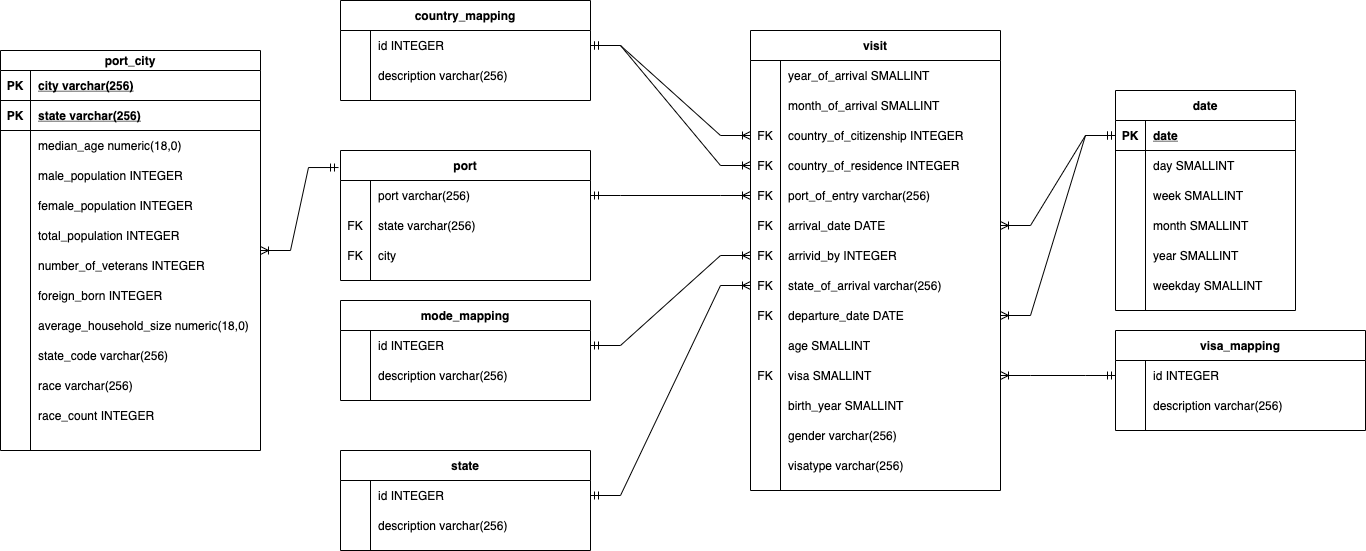
Earlier version of the draw.io export model.png (euweb/CapstoneProject). Source tidied: cells renumbered, new cells last; positions are measured from the earlier drawing's top-left corner, leaving out a move shared by most shapes.
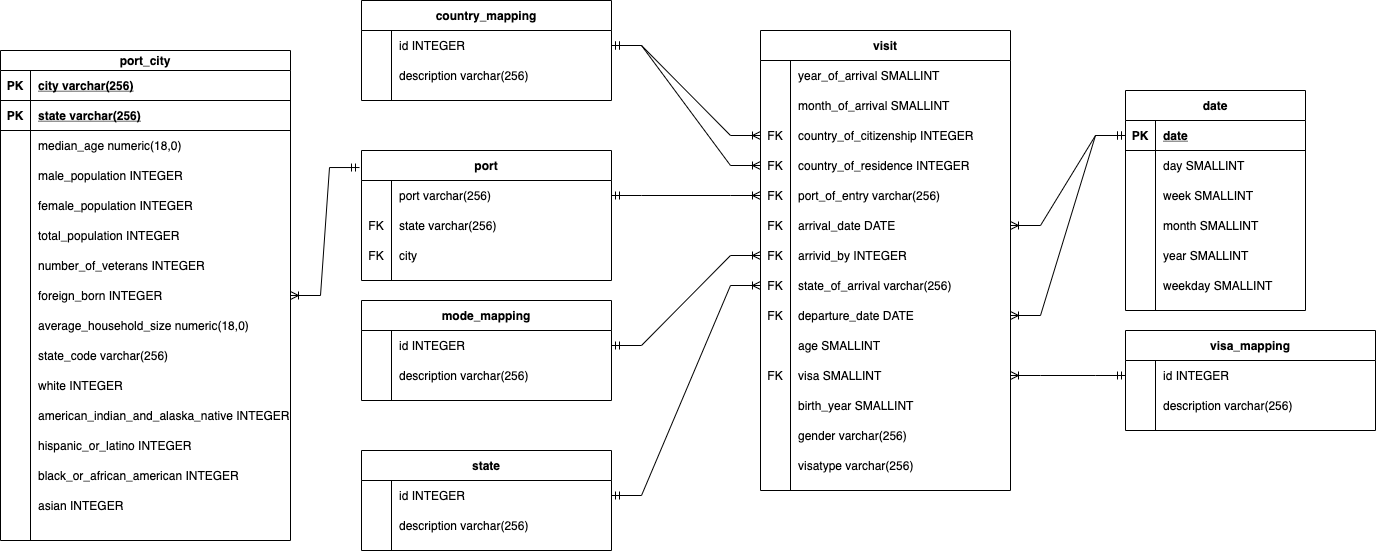
The same diagram one commit later.

Commit message:
aditional demographics columns added

Change to the diagram source:
```diff
@@ -132,7 +132,7 @@
       <mxGeometry x="30" width="220" height="30" as="geometry" />
     </mxCell>
     <mxCell id="45" value="country_mapping" style="shape=table;startSize=30;rowLines=0;fontStyle=1;align=center;" parent="1" vertex="1">
-      <mxGeometry x="340" width="250" height="100" as="geometry" />
+      <mxGeometry x="351" width="250" height="100" as="geometry" />
     </mxCell>
     <mxCell id="46" style="shape=partialRectangle;fillColor=none;points=[[0,0.5],[1,0.5]];portConstraint=eastwest;top=0;left=0;right=0;bottom=0;" parent="45" vertex="1">
       <mxGeometry y="30" width="250" height="30" as="geometry" />
@@ -153,7 +153,7 @@
       <mxGeometry x="30" width="220" height="30" as="geometry" />
     </mxCell>
     <mxCell id="52" value="port" style="shape=table;startSize=30;rowLines=0;fontStyle=1;align=center;" parent="1" vertex="1">
-      <mxGeometry x="340" y="150" width="250" height="130" as="geometry" />
+      <mxGeometry x="351" y="150" width="250" height="130" as="geometry" />
     </mxCell>
     <mxCell id="53" style="shape=partialRectangle;fillColor=none;points=[[0,0.5],[1,0.5]];portConstraint=eastwest;top=0;left=0;right=0;bottom=0;" parent="52" vertex="1">
       <mxGeometry y="30" width="250" height="30" as="geometry" />
@@ -183,7 +183,7 @@
       <mxGeometry x="30" width="220" height="30" as="geometry" />
     </mxCell>
     <mxCell id="62" value="mode_mapping" style="shape=table;startSize=30;rowLines=0;fontStyle=1;align=center;" parent="1" vertex="1">
-      <mxGeometry x="340" y="300" width="250" height="100" as="geometry" />
+      <mxGeometry x="351" y="300" width="250" height="100" as="geometry" />
     </mxCell>
     <mxCell id="63" style="shape=partialRectangle;fillColor=none;points=[[0,0.5],[1,0.5]];portConstraint=eastwest;top=0;left=0;right=0;bottom=0;" parent="62" vertex="1">
       <mxGeometry y="30" width="250" height="30" as="geometry" />
@@ -204,7 +204,7 @@
       <mxGeometry x="30" width="220" height="30" as="geometry" />
     </mxCell>
     <mxCell id="69" value="state" style="shape=table;startSize=30;rowLines=0;fontStyle=1;align=center;" parent="1" vertex="1">
-      <mxGeometry x="340" y="450" width="250" height="100" as="geometry" />
+      <mxGeometry x="351" y="450" width="250" height="100" as="geometry" />
     </mxCell>
     <mxCell id="70" style="shape=partialRectangle;fillColor=none;points=[[0,0.5],[1,0.5]];portConstraint=eastwest;top=0;left=0;right=0;bottom=0;" parent="69" vertex="1">
       <mxGeometry y="30" width="250" height="30" as="geometry" />
@@ -330,116 +330,143 @@
       <mxGeometry relative="1" as="geometry" />
     </mxCell>
     <mxCell id="111" value="port_city" style="shape=table;startSize=20;rowLines=0;fontStyle=1;align=center;" parent="1" vertex="1">
-      <mxGeometry y="50" width="260" height="400" as="geometry" />
+      <mxGeometry x="-10" y="50" width="290" height="490" as="geometry" />
     </mxCell>
     <mxCell id="112" style="shape=partialRectangle;fillColor=none;top=0;left=0;bottom=1;right=0;" parent="111" vertex="1">
-      <mxGeometry y="20" width="260" height="30" as="geometry" />
+      <mxGeometry y="20" width="290" height="30" as="geometry" />
     </mxCell>
     <mxCell id="113" value="PK" style="shape=partialRectangle;fillColor=none;top=0;left=0;bottom=0;right=0;fontStyle=1;overflow=hidden;" parent="112" vertex="1">
       <mxGeometry width="30" height="30" as="geometry" />
     </mxCell>
     <mxCell id="114" value="city varchar(256)" style="shape=partialRectangle;fillColor=none;top=0;left=0;bottom=0;right=0;align=left;spacingLeft=6;fontStyle=5;overflow=hidden;" parent="112" vertex="1">
-      <mxGeometry x="30" width="230" height="30" as="geometry" />
+      <mxGeometry x="30" width="260" height="30" as="geometry" />
     </mxCell>
     <mxCell id="115" style="shape=partialRectangle;fillColor=none;top=0;left=0;bottom=1;right=0;" parent="111" vertex="1">
-      <mxGeometry y="50" width="260" height="30" as="geometry" />
+      <mxGeometry y="50" width="290" height="30" as="geometry" />
     </mxCell>
     <mxCell id="116" value="PK" style="shape=partialRectangle;fillColor=none;top=0;left=0;bottom=0;right=0;fontStyle=1;overflow=hidden;" parent="115" vertex="1">
       <mxGeometry width="30" height="30" as="geometry" />
     </mxCell>
     <mxCell id="117" value="state varchar(256)" style="shape=partialRectangle;fillColor=none;top=0;left=0;bottom=0;right=0;align=left;spacingLeft=6;fontStyle=5;overflow=hidden;" parent="115" vertex="1">
-      <mxGeometry x="30" width="230" height="30" as="geometry" />
+      <mxGeometry x="30" width="260" height="30" as="geometry" />
     </mxCell>
     <mxCell id="118" style="shape=partialRectangle;fillColor=none;top=0;left=0;bottom=0;right=0;" parent="111" vertex="1">
-      <mxGeometry y="80" width="260" height="30" as="geometry" />
+      <mxGeometry y="80" width="290" height="30" as="geometry" />
     </mxCell>
     <mxCell id="119" style="shape=partialRectangle;fillColor=none;top=0;left=0;bottom=0;right=0;overflow=hidden;" parent="118" vertex="1">
       <mxGeometry width="30" height="30" as="geometry" />
     </mxCell>
     <mxCell id="120" value="median_age numeric(18,0)" style="shape=partialRectangle;fillColor=none;top=0;left=0;bottom=0;right=0;align=left;spacingLeft=6;overflow=hidden;" parent="118" vertex="1">
-      <mxGeometry x="30" width="230" height="30" as="geometry" />
+      <mxGeometry x="30" width="260" height="30" as="geometry" />
     </mxCell>
     <mxCell id="121" style="shape=partialRectangle;fillColor=none;top=0;left=0;bottom=0;right=0;" parent="111" vertex="1">
-      <mxGeometry y="110" width="260" height="30" as="geometry" />
+      <mxGeometry y="110" width="290" height="30" as="geometry" />
     </mxCell>
     <mxCell id="122" style="shape=partialRectangle;fillColor=none;top=0;left=0;bottom=0;right=0;overflow=hidden;" parent="121" vertex="1">
       <mxGeometry width="30" height="30" as="geometry" />
     </mxCell>
     <mxCell id="123" value="male_population INTEGER" style="shape=partialRectangle;fillColor=none;top=0;left=0;bottom=0;right=0;align=left;spacingLeft=6;overflow=hidden;" parent="121" vertex="1">
-      <mxGeometry x="30" width="230" height="30" as="geometry" />
+      <mxGeometry x="30" width="260" height="30" as="geometry" />
     </mxCell>
     <mxCell id="124" style="shape=partialRectangle;fillColor=none;top=0;left=0;bottom=0;right=0;" parent="111" vertex="1">
-      <mxGeometry y="140" width="260" height="30" as="geometry" />
+      <mxGeometry y="140" width="290" height="30" as="geometry" />
     </mxCell>
     <mxCell id="125" style="shape=partialRectangle;fillColor=none;top=0;left=0;bottom=0;right=0;overflow=hidden;" parent="124" vertex="1">
       <mxGeometry width="30" height="30" as="geometry" />
     </mxCell>
     <mxCell id="126" value="female_population INTEGER" style="shape=partialRectangle;fillColor=none;top=0;left=0;bottom=0;right=0;align=left;spacingLeft=6;overflow=hidden;" parent="124" vertex="1">
-      <mxGeometry x="30" width="230" height="30" as="geometry" />
+      <mxGeometry x="30" width="260" height="30" as="geometry" />
     </mxCell>
     <mxCell id="127" style="shape=partialRectangle;fillColor=none;top=0;left=0;bottom=0;right=0;" parent="111" vertex="1">
-      <mxGeometry y="170" width="260" height="30" as="geometry" />
+      <mxGeometry y="170" width="290" height="30" as="geometry" />
     </mxCell>
     <mxCell id="128" style="shape=partialRectangle;fillColor=none;top=0;left=0;bottom=0;right=0;overflow=hidden;" parent="127" vertex="1">
       <mxGeometry width="30" height="30" as="geometry" />
     </mxCell>
     <mxCell id="129" value="total_population INTEGER" style="shape=partialRectangle;fillColor=none;top=0;left=0;bottom=0;right=0;align=left;spacingLeft=6;overflow=hidden;" parent="127" vertex="1">
-      <mxGeometry x="30" width="230" height="30" as="geometry" />
+      <mxGeometry x="30" width="260" height="30" as="geometry" />
     </mxCell>
     <mxCell id="130" style="shape=partialRectangle;fillColor=none;top=0;left=0;bottom=0;right=0;" parent="111" vertex="1">
-      <mxGeometry y="200" width="260" height="30" as="geometry" />
+      <mxGeometry y="200" width="290" height="30" as="geometry" />
     </mxCell>
     <mxCell id="131" style="shape=partialRectangle;fillColor=none;top=0;left=0;bottom=0;right=0;overflow=hidden;" parent="130" vertex="1">
       <mxGeometry width="30" height="30" as="geometry" />
     </mxCell>
     <mxCell id="132" value="number_of_veterans INTEGER" style="shape=partialRectangle;fillColor=none;top=0;left=0;bottom=0;right=0;align=left;spacingLeft=6;overflow=hidden;" parent="130" vertex="1">
-      <mxGeometry x="30" width="230" height="30" as="geometry" />
+      <mxGeometry x="30" width="260" height="30" as="geometry" />
     </mxCell>
     <mxCell id="133" style="shape=partialRectangle;fillColor=none;top=0;left=0;bottom=0;right=0;" parent="111" vertex="1">
-      <mxGeometry y="230" width="260" height="30" as="geometry" />
+      <mxGeometry y="230" width="290" height="30" as="geometry" />
     </mxCell>
     <mxCell id="134" style="shape=partialRectangle;fillColor=none;top=0;left=0;bottom=0;right=0;overflow=hidden;" parent="133" vertex="1">
       <mxGeometry width="30" height="30" as="geometry" />
     </mxCell>
     <mxCell id="135" value="foreign_born INTEGER" style="shape=partialRectangle;fillColor=none;top=0;left=0;bottom=0;right=0;align=left;spacingLeft=6;overflow=hidden;" parent="133" vertex="1">
-      <mxGeometry x="30" width="230" height="30" as="geometry" />
+      <mxGeometry x="30" width="260" height="30" as="geometry" />
     </mxCell>
     <mxCell id="136" style="shape=partialRectangle;fillColor=none;top=0;left=0;bottom=0;right=0;" parent="111" vertex="1">
-      <mxGeometry y="260" width="260" height="30" as="geometry" />
+      <mxGeometry y="260" width="290" height="30" as="geometry" />
     </mxCell>
     <mxCell id="137" style="shape=partialRectangle;fillColor=none;top=0;left=0;bottom=0;right=0;overflow=hidden;" parent="136" vertex="1">
       <mxGeometry width="30" height="30" as="geometry" />
     </mxCell>
     <mxCell id="138" value="average_household_size numeric(18,0)" style="shape=partialRectangle;fillColor=none;top=0;left=0;bottom=0;right=0;align=left;spacingLeft=6;overflow=hidden;" parent="136" vertex="1">
-      <mxGeometry x="30" width="230" height="30" as="geometry" />
+      <mxGeometry x="30" width="260" height="30" as="geometry" />
     </mxCell>
     <mxCell id="139" style="shape=partialRectangle;fillColor=none;top=0;left=0;bottom=0;right=0;" parent="111" vertex="1">
-      <mxGeometry y="290" width="260" height="30" as="geometry" />
+      <mxGeometry y="290" width="290" height="30" as="geometry" />
     </mxCell>
     <mxCell id="140" style="shape=partialRectangle;fillColor=none;top=0;left=0;bottom=0;right=0;overflow=hidden;" parent="139" vertex="1">
       <mxGeometry width="30" height="30" as="geometry" />
     </mxCell>
     <mxCell id="141" value="state_code varchar(256)" style="shape=partialRectangle;fillColor=none;top=0;left=0;bottom=0;right=0;align=left;spacingLeft=6;overflow=hidden;" parent="139" vertex="1">
-      <mxGeometry x="30" width="230" height="30" as="geometry" />
+      <mxGeometry x="30" width="260" height="30" as="geometry" />
     </mxCell>
     <mxCell id="142" style="shape=partialRectangle;fillColor=none;top=0;left=0;bottom=0;right=0;" parent="111" vertex="1">
-      <mxGeometry y="320" width="260" height="30" as="geometry" />
+      <mxGeometry y="320" width="290" height="30" as="geometry" />
     </mxCell>
     <mxCell id="143" style="shape=partialRectangle;fillColor=none;top=0;left=0;bottom=0;right=0;overflow=hidden;" parent="142" vertex="1">
       <mxGeometry width="30" height="30" as="geometry" />
     </mxCell>
-    <mxCell id="144" value="race varchar(256)" style="shape=partialRectangle;fillColor=none;top=0;left=0;bottom=0;right=0;align=left;spacingLeft=6;overflow=hidden;" parent="142" vertex="1">
-      <mxGeometry x="30" width="230" height="30" as="geometry" />
+    <mxCell id="144" value="white INTEGER" style="shape=partialRectangle;fillColor=none;top=0;left=0;bottom=0;right=0;align=left;spacingLeft=6;overflow=hidden;" parent="142" vertex="1">
+      <mxGeometry x="30" width="260" height="30" as="geometry" />
     </mxCell>
     <mxCell id="145" style="shape=partialRectangle;fillColor=none;top=0;left=0;bottom=0;right=0;" parent="111" vertex="1">
-      <mxGeometry y="350" width="260" height="30" as="geometry" />
+      <mxGeometry y="350" width="290" height="30" as="geometry" />
     </mxCell>
     <mxCell id="146" style="shape=partialRectangle;fillColor=none;top=0;left=0;bottom=0;right=0;overflow=hidden;" parent="145" vertex="1">
       <mxGeometry width="30" height="30" as="geometry" />
     </mxCell>
-    <mxCell id="147" value="race_count INTEGER" style="shape=partialRectangle;fillColor=none;top=0;left=0;bottom=0;right=0;align=left;spacingLeft=6;overflow=hidden;" parent="145" vertex="1">
-      <mxGeometry x="30" width="230" height="30" as="geometry" />
+    <mxCell id="147" value="american_indian_and_alaska_native INTEGER" style="shape=partialRectangle;fillColor=none;top=0;left=0;bottom=0;right=0;align=left;spacingLeft=6;overflow=hidden;" parent="145" vertex="1">
+      <mxGeometry x="30" width="260" height="30" as="geometry" />
     </mxCell>
+    <mxCell id="149" style="shape=partialRectangle;fillColor=none;top=0;left=0;bottom=0;right=0;" parent="111" vertex="1">
+      <mxGeometry y="380" width="290" height="30" as="geometry" />
+    </mxCell>
+    <mxCell id="150" style="shape=partialRectangle;fillColor=none;top=0;left=0;bottom=0;right=0;overflow=hidden;" parent="149" vertex="1">
+      <mxGeometry width="30" height="30" as="geometry" />
+    </mxCell>
+    <mxCell id="151" value="hispanic_or_latino INTEGER" style="shape=partialRectangle;fillColor=none;top=0;left=0;bottom=0;right=0;align=left;spacingLeft=6;overflow=hidden;" parent="149" vertex="1">
+      <mxGeometry x="30" width="260" height="30" as="geometry" />
+    </mxCell>
+    <mxCell id="152" style="shape=partialRectangle;fillColor=none;top=0;left=0;bottom=0;right=0;" parent="111" vertex="1">
+      <mxGeometry y="410" width="290" height="30" as="geometry" />
+    </mxCell>
+    <mxCell id="153" style="shape=partialRectangle;fillColor=none;top=0;left=0;bottom=0;right=0;overflow=hidden;" parent="152" vertex="1">
+      <mxGeometry width="30" height="30" as="geometry" />
+    </mxCell>
+    <mxCell id="154" value="black_or_african_american INTEGER" style="shape=partialRectangle;fillColor=none;top=0;left=0;bottom=0;right=0;align=left;spacingLeft=6;overflow=hidden;" parent="152" vertex="1">
+      <mxGeometry x="30" width="260" height="30" as="geometry" />
+    </mxCell>
+    <mxCell id="155" style="shape=partialRectangle;fillColor=none;top=0;left=0;bottom=0;right=0;" parent="111" vertex="1">
+      <mxGeometry y="440" width="290" height="30" as="geometry" />
+    </mxCell>
+    <mxCell id="156" style="shape=partialRectangle;fillColor=none;top=0;left=0;bottom=0;right=0;overflow=hidden;" parent="155" vertex="1">
+      <mxGeometry width="30" height="30" as="geometry" />
+    </mxCell>
+    <mxCell id="157" value="asian INTEGER" style="shape=partialRectangle;fillColor=none;top=0;left=0;bottom=0;right=0;align=left;spacingLeft=6;overflow=hidden;" parent="155" vertex="1">
+      <mxGeometry x="30" width="260" height="30" as="geometry" />
+    </mxCell>
     <mxCell id="148" style="edgeStyle=entityRelationEdgeStyle;fontSize=12;html=1;endArrow=ERmandOne;startArrow=ERoneToMany;rounded=0;entryX=-0.008;entryY=0.131;entryDx=0;entryDy=0;startFill=0;endFill=0;entryPerimeter=0;" parent="1" edge="1" source="111" target="52">
       <mxGeometry relative="1" as="geometry" />
     </mxCell>
```
